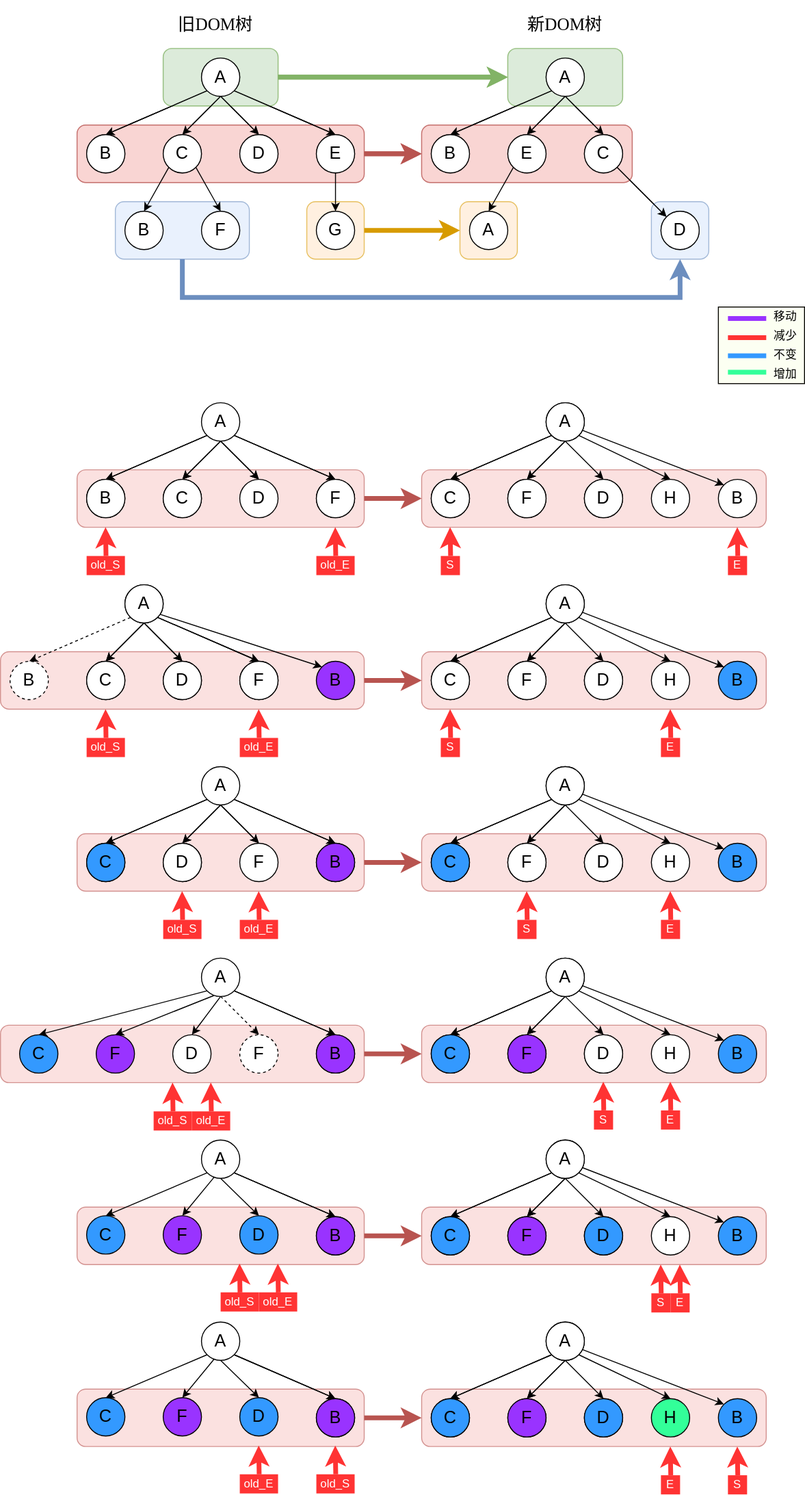
DKwingSON/myDrawIO keeps this draw.io diagram as diff_illustrationV2.svg. Above is the earlier version. Source tidied: cells renumbered, new cells last; positions are measured from the earlier drawing's top-left corner, leaving out a move shared by most shapes.
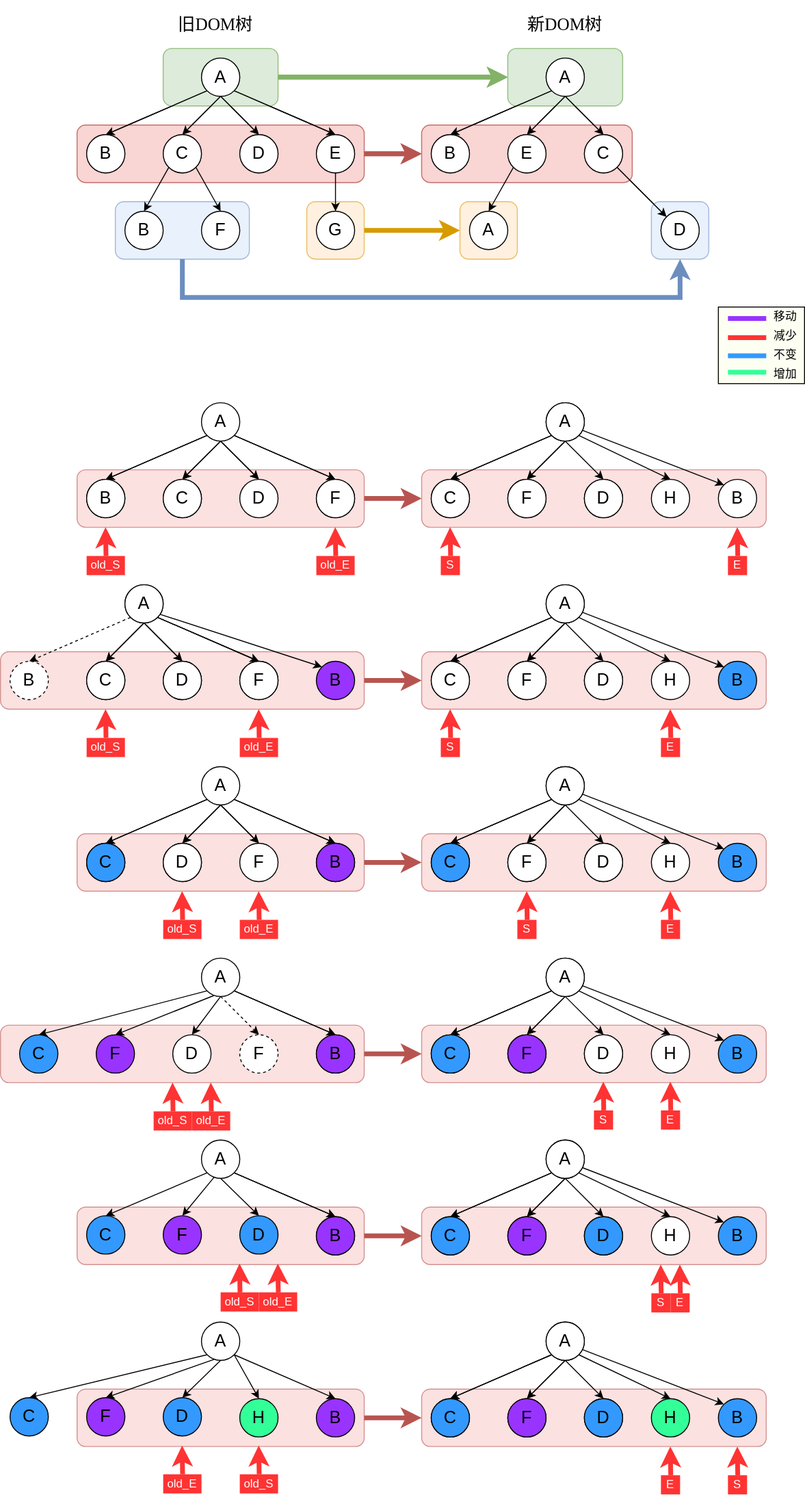
The same diagram one commit later.

Diff of the diagram source:
```diff
@@ -1062,9 +1062,9 @@
       <mxGeometry x="210" y="1380" width="40" height="40" as="geometry" />
     </mxCell>
     <mxCell id="314" value="&lt;font style=&quot;font-size: 18px&quot;&gt;D&lt;/font&gt;" style="ellipse;whiteSpace=wrap;html=1;fillColor=#3399FF;" parent="1" vertex="1">
-      <mxGeometry x="250" y="1459" width="40" height="40" as="geometry" />
+      <mxGeometry x="170" y="1459" width="40" height="40" as="geometry" />
     </mxCell>
-    <mxCell id="315" value="&lt;font style=&quot;font-size: 18px&quot;&gt;E&lt;/font&gt;" style="ellipse;whiteSpace=wrap;html=1;" parent="1" vertex="1">
+    <mxCell id="315" value="&lt;font style=&quot;font-size: 18px&quot;&gt;B&lt;/font&gt;" style="ellipse;whiteSpace=wrap;html=1;fillColor=#9933FF;" parent="1" vertex="1">
       <mxGeometry x="330" y="1460" width="40" height="40" as="geometry" />
     </mxCell>
     <mxCell id="316" style="rounded=0;jettySize=auto;html=1;exitX=0;exitY=1;exitDx=0;exitDy=0;entryX=0.5;entryY=0;entryDx=0;entryDy=0;" parent="1" edge="1" source="319" target="320">
@@ -1102,13 +1102,13 @@
       </mxGeometry>
     </mxCell>
     <mxCell id="326" value="&lt;font style=&quot;font-size: 18px&quot;&gt;C&lt;/font&gt;" style="ellipse;whiteSpace=wrap;html=1;fillColor=#3399FF;" parent="1" vertex="1">
-      <mxGeometry x="90" y="1459" width="40" height="40" as="geometry" />
+      <mxGeometry x="10" y="1459" width="40" height="40" as="geometry" />
     </mxCell>
     <mxCell id="327" value="&lt;font style=&quot;font-size: 18px&quot;&gt;F&lt;/font&gt;" style="ellipse;whiteSpace=wrap;html=1;fillColor=#9933FF;" parent="1" vertex="1">
-      <mxGeometry x="170" y="1459" width="40" height="40" as="geometry" />
+      <mxGeometry x="90" y="1459" width="40" height="40" as="geometry" />
     </mxCell>
-    <mxCell id="328" value="&lt;font style=&quot;font-size: 18px&quot;&gt;B&lt;/font&gt;" style="ellipse;whiteSpace=wrap;html=1;fillColor=#9933FF;" parent="1" vertex="1">
-      <mxGeometry x="330" y="1460" width="40" height="40" as="geometry" />
+    <mxCell id="328" value="&lt;font style=&quot;font-size: 18px&quot;&gt;H&lt;/font&gt;" style="ellipse;whiteSpace=wrap;html=1;fillColor=#33FF99;" parent="1" vertex="1">
+      <mxGeometry x="250" y="1460" width="40" height="40" as="geometry" />
     </mxCell>
     <mxCell id="329" style="rounded=0;jettySize=auto;html=1;exitX=0;exitY=1;exitDx=0;exitDy=0;entryX=0.5;entryY=0;entryDx=0;entryDy=0;" parent="1" edge="1" source="333" target="334">
       <mxGeometry relative="1" as="geometry" />
@@ -1141,7 +1141,7 @@
       <mxGeometry x="750" y="1460" width="40" height="40" as="geometry" />
     </mxCell>
     <mxCell id="339" style="group;" parent="1" vertex="1">
-      <mxGeometry x="330" y="1509" width="40" height="50" as="geometry" />
+      <mxGeometry x="250" y="1509" width="40" height="50" as="geometry" />
     </mxCell>
     <mxCell id="340" value="&lt;font color=&quot;#ffffff&quot;&gt;old_S&lt;/font&gt;" style="text;html=1;align=center;verticalAlign=middle;whiteSpace=wrap;rounded=0;fillColor=#FF3333;" parent="339" vertex="1">
       <mxGeometry y="30" width="40" height="20" as="geometry" />
@@ -1153,7 +1153,7 @@
       </mxGeometry>
     </mxCell>
     <mxCell id="342" style="group;" parent="1" vertex="1">
-      <mxGeometry x="250" y="1509" width="40" height="50" as="geometry" />
+      <mxGeometry x="170" y="1509" width="40" height="50" as="geometry" />
     </mxCell>
     <mxCell id="343" value="&lt;font color=&quot;#ffffff&quot;&gt;old_E&lt;/font&gt;" style="text;html=1;align=center;verticalAlign=middle;whiteSpace=wrap;rounded=0;fillColor=#FF3333;" parent="342" vertex="1">
       <mxGeometry y="30" width="40" height="20" as="geometry" />
```
